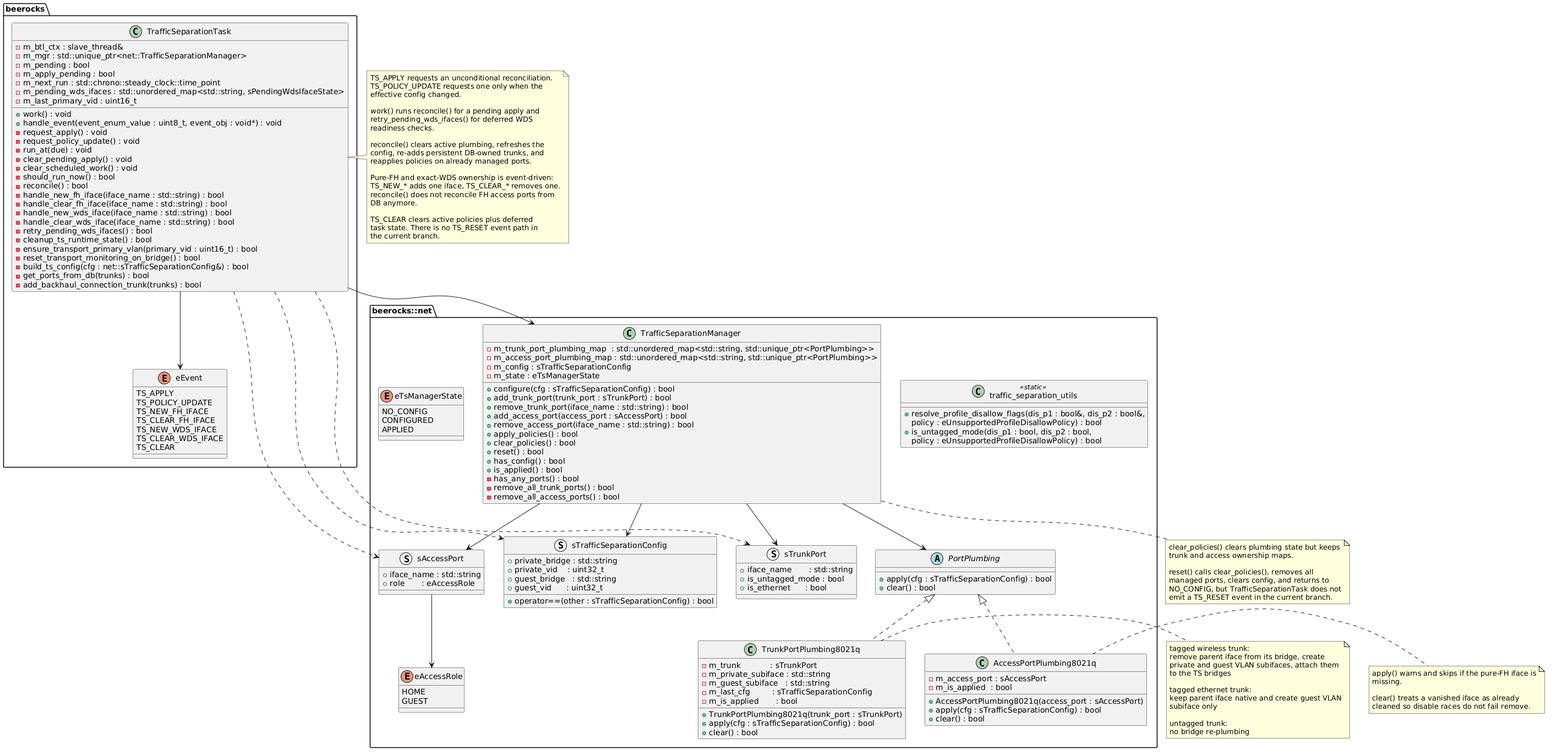
Earlier version of the PlantUML export documentation/images/plantuml/agent/traffic_separation/ts_ClassD.png (CodeLinaro-mirror/qsdk_oss_prpl-foundation_prplmesh_prplMesh).
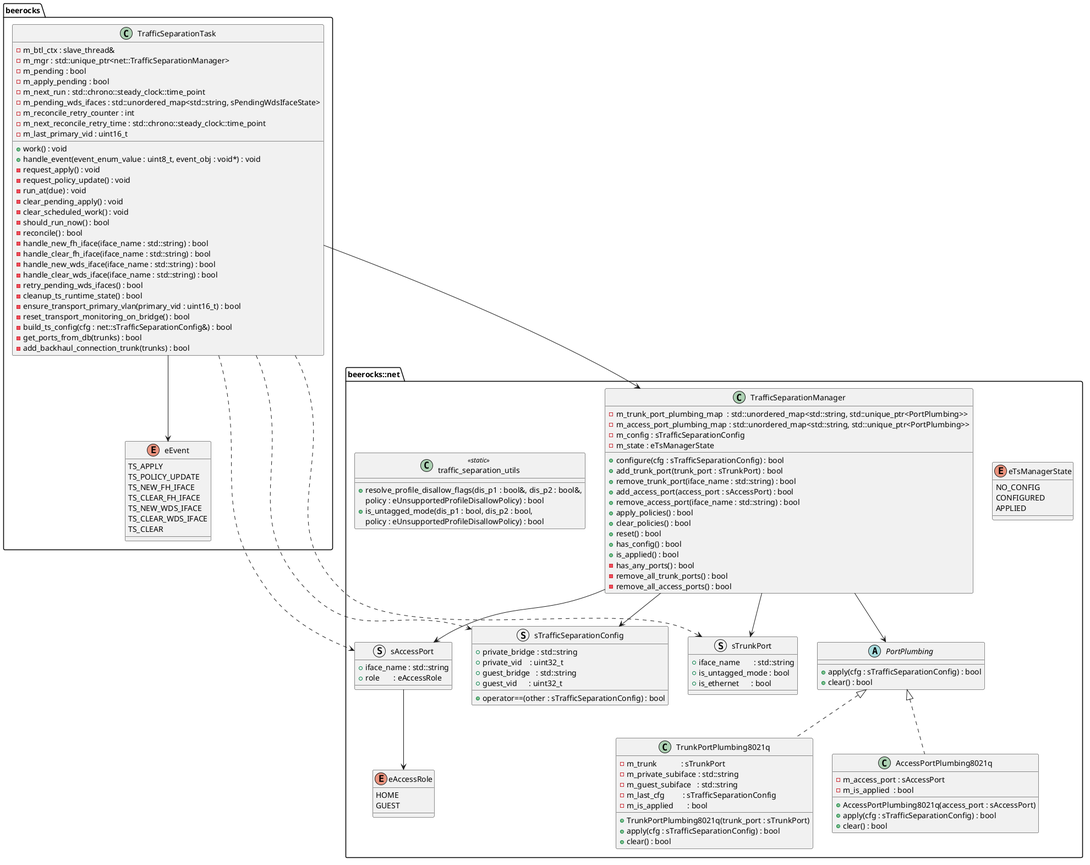
The same diagram one commit later.

Commit message:
docs: show TS reconcile retry, drop long diagram notes

The edit, as a diff of the source:
```diff
@@ -7,6 +7,8 @@
     -m_apply_pending : bool
     -m_next_run : std::chrono::steady_clock::time_point
     -m_pending_wds_ifaces : std::unordered_map<std::string, sPendingWdsIfaceState>
+    -m_reconcile_retry_counter : int
+    -m_next_reconcile_retry_time : std::chrono::steady_clock::time_point
     -m_last_primary_vid : uint16_t
     +work() : void
     +handle_event(event_enum_value : uint8_t, event_obj : void*) : void
@@ -139,58 +141,4 @@
 TrafficSeparationManager --> sAccessPort
 TrafficSeparationManager --> sTrafficSeparationConfig
 
-note right of TrafficSeparationTask
-  TS_APPLY requests an unconditional reconciliation.
-  TS_POLICY_UPDATE requests one only when the
-  effective config changed.
-
-  work() runs reconcile() for a pending apply and
-  retry_pending_wds_ifaces() for deferred WDS
-  readiness checks.
-
-  reconcile() clears active plumbing, refreshes the
-  config, re-adds persistent DB-owned trunks, and
-  reapplies policies on already managed ports.
-
-  Pure-FH and exact-WDS ownership is event-driven:
-  TS_NEW_* adds one iface, TS_CLEAR_* removes one.
-  reconcile() does not reconcile FH access ports from
-  DB anymore.
-
-  TS_CLEAR clears active policies plus deferred
-  task state. There is no TS_RESET event path in
-  the current branch.
-end note
-
-note right of TrunkPortPlumbing8021q
-  tagged wireless trunk:
-  remove parent iface from its bridge, create
-  private and guest VLAN subifaces, attach them
-  to the TS bridges
-
-  tagged ethernet trunk:
-  keep parent iface native and create guest VLAN
-  subiface only
-
-  untagged trunk:
-  no bridge re-plumbing
-end note
-
-note right of AccessPortPlumbing8021q
-  apply() warns and skips if the pure-FH iface is
-  missing.
-
-  clear() treats a vanished iface as already
-  cleaned so disable races do not fail remove.
-end note
-
-note bottom of TrafficSeparationManager
-  clear_policies() clears plumbing state but keeps
-  trunk and access ownership maps.
-
-  reset() calls clear_policies(), removes all
-  managed ports, clears config, and returns to
-  NO_CONFIG, but TrafficSeparationTask does not
-  emit a TS_RESET event in the current branch.
-end note
 @enduml
```
